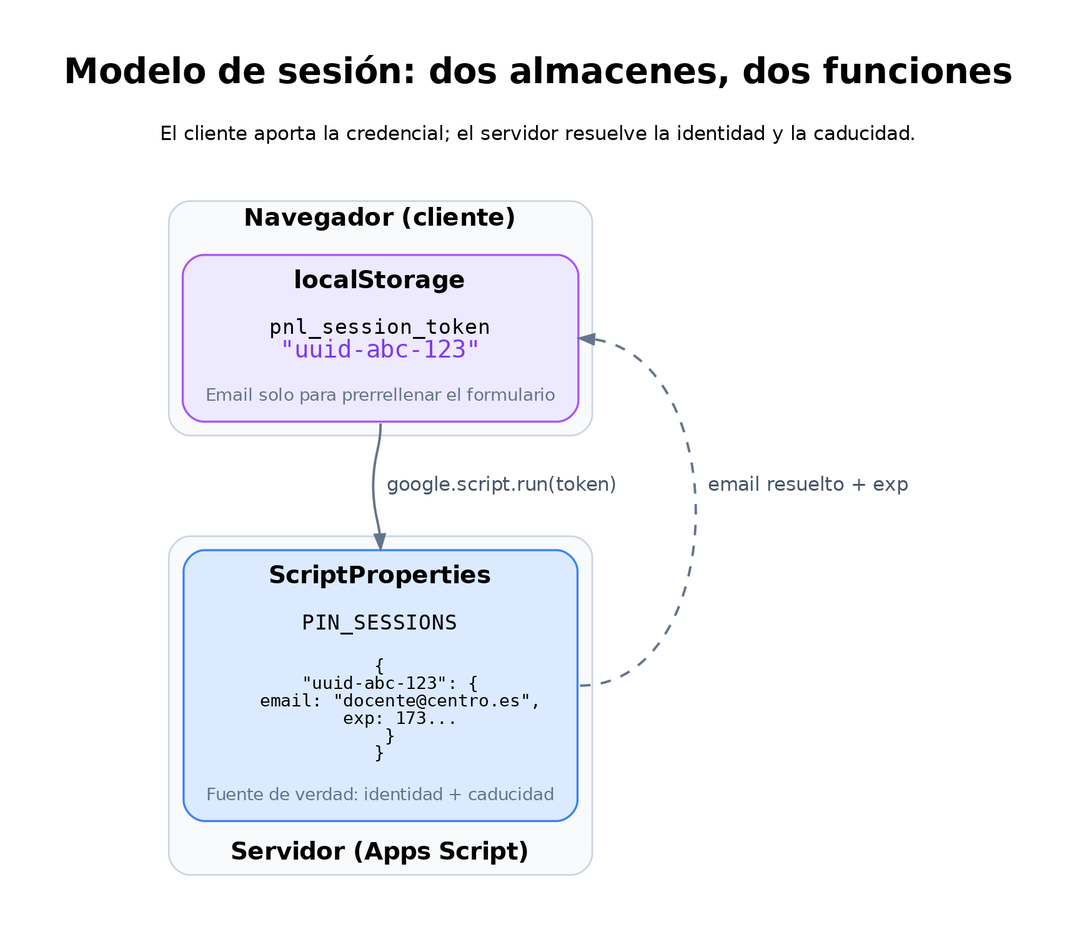
Above: docs/images/session-model.png in pfelipm/panel-dedicacion-no-lectiva (Graphviz), before the change. Its source is kept beside it as docs/images/session-model.dot.
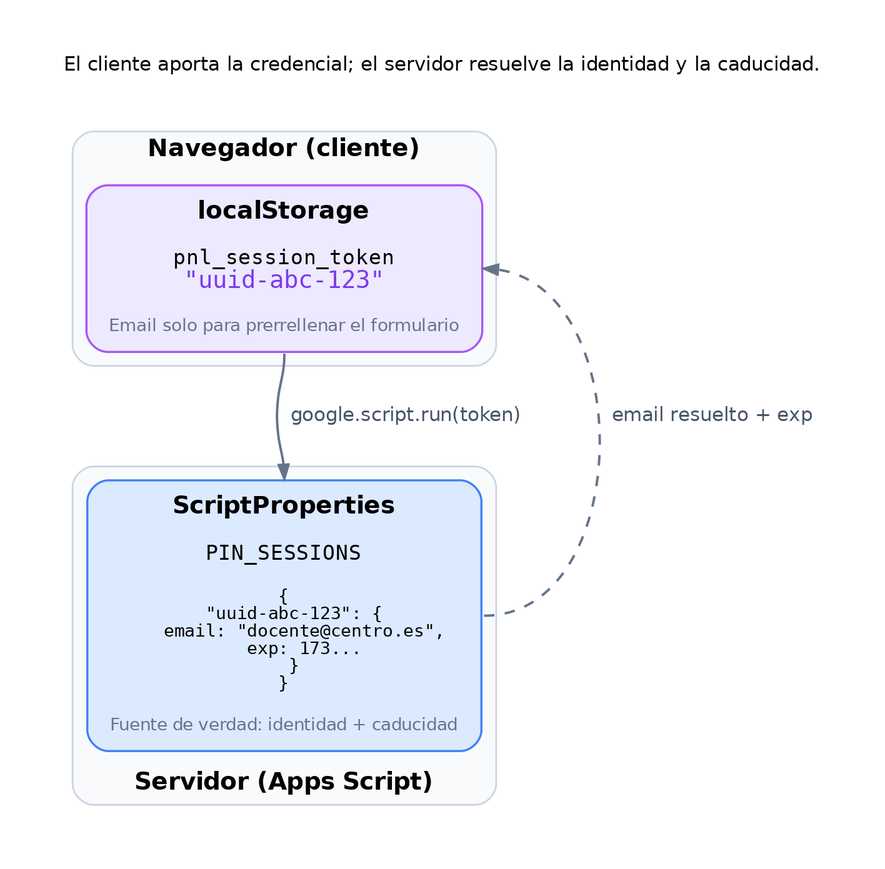
The same file after the commit.

Commit message:
docs: quitar títulos redundantes de los diagramas

Diff of the diagram source:
```diff
@@ -6,7 +6,7 @@
     nodesep="0.50",
     ranksep="0.85",
     fontname="DejaVu Sans",
-    label=<<B>Modelo de sesión: dos almacenes, dos funciones</B><BR/><BR/><FONT POINT-SIZE="11">El cliente aporta la credencial; el servidor resuelve la identidad y la caducidad.</FONT><BR/><BR/>>,
+    label=<<FONT POINT-SIZE="11">El cliente aporta la credencial; el servidor resuelve la identidad y la caducidad.</FONT><BR/><BR/>>,
     labelloc="t",
     fontsize=20
   ];
```
